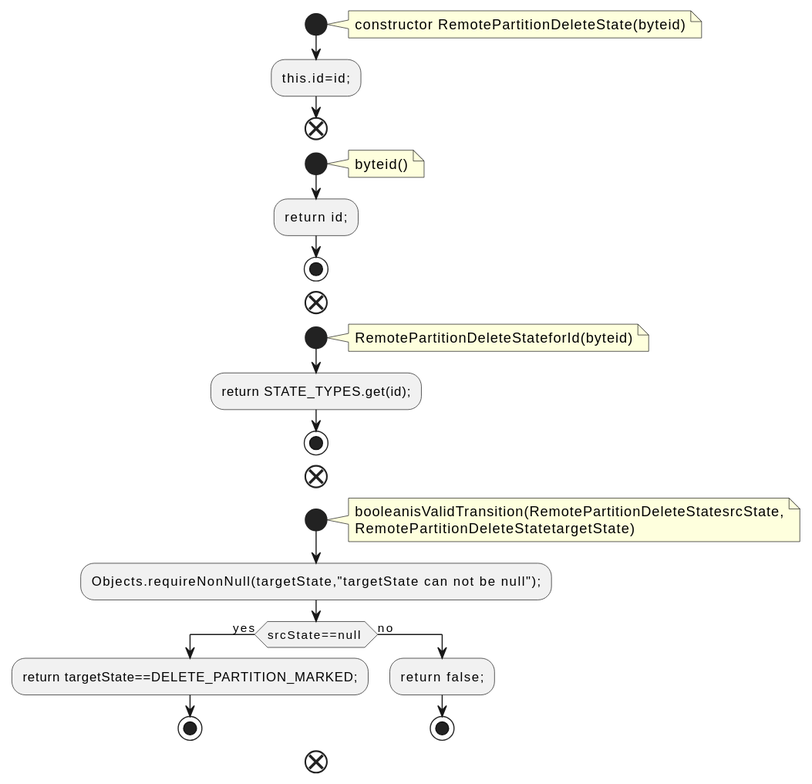
qualitesys/kafka keeps this PlantUML diagram as docs/qc/storage/api/src/main/java/org/apache/kafka/server/log/remote/storage/RemotePartitionDeleteState.java.fct.svg. Above is the earlier version.
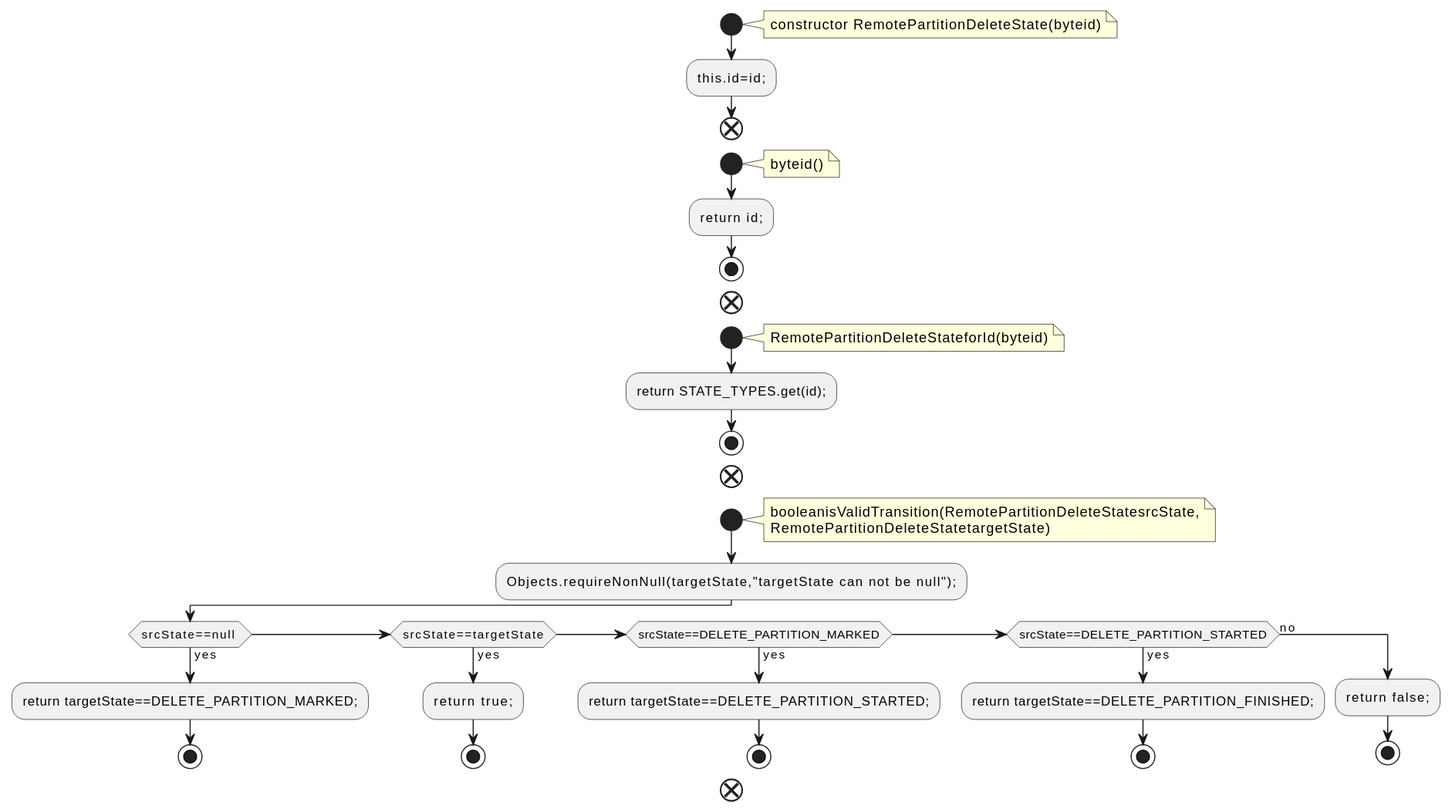
The same file after the commit.

What changed in the source:
```diff
@@ -29,6 +29,15 @@
 if (srcState==null ) then (yes)
 :return targetState==DELETE_PARTITION_MARKED;;
 stop
+else if (srcState==targetState) then (yes)
+:return true;;
+stop
+else if (srcState==DELETE_PARTITION_MARKED) then (yes)
+:return targetState==DELETE_PARTITION_STARTED;;
+stop
+else if (srcState==DELETE_PARTITION_STARTED) then (yes)
+:return targetState==DELETE_PARTITION_FINISHED;;
+stop
 else (no)
 :return false;;
 stop
```
